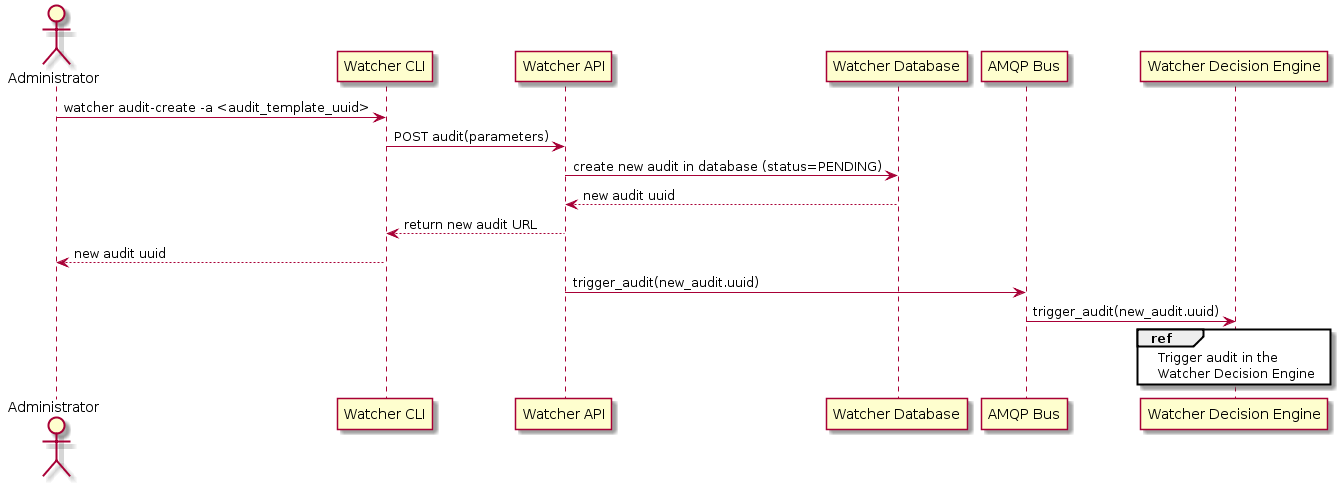
Before: doc/source/images/sequence_create_and_launch_audit.png, a diagram exported from PlantUML (openstack/watcher). Its diagram source:
```plantuml
@startuml
actor Administrator

Administrator -> "Watcher CLI" : watcher audit-create -a <audit_template_uuid>

"Watcher CLI" -> "Watcher API" : POST audit(parameters)
"Watcher API" -> "Watcher Database" : create new audit in database (status=PENDING)

"Watcher API" <-- "Watcher Database" : new audit uuid
"Watcher CLI" <-- "Watcher API" : return new audit URL

Administrator <-- "Watcher CLI" : new audit uuid

"Watcher API" -> "AMQP Bus" : trigger_audit(new_audit.uuid)
"AMQP Bus" -> "Watcher Decision Engine" : trigger_audit(new_audit.uuid)

ref over "Watcher Decision Engine"
  Trigger audit in the
  Watcher Decision Engine
end ref
@enduml
```
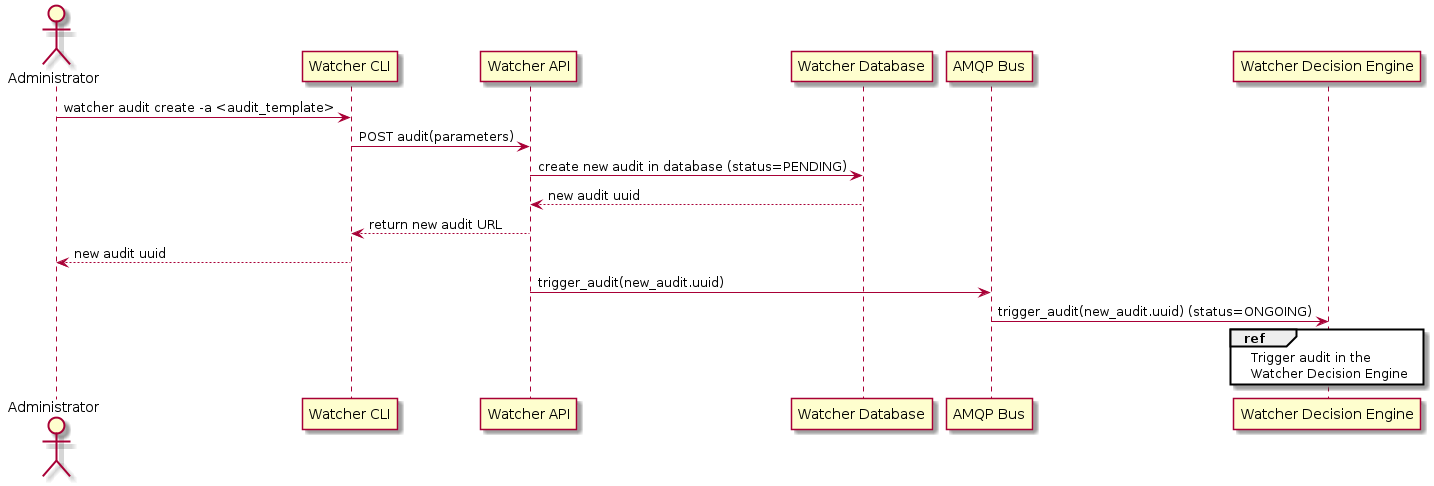
Above is the later version.

Change to the diagram source:
```diff
@@ -1,7 +1,9 @@
 @startuml
+
+
 actor Administrator
 
-Administrator -> "Watcher CLI" : watcher audit-create -a <audit_template_uuid>
+Administrator -> "Watcher CLI" : watcher audit create -a <audit_template>
 
 "Watcher CLI" -> "Watcher API" : POST audit(parameters)
 "Watcher API" -> "Watcher Database" : create new audit in database (status=PENDING)
@@ -12,10 +14,11 @@
 Administrator <-- "Watcher CLI" : new audit uuid
 
 "Watcher API" -> "AMQP Bus" : trigger_audit(new_audit.uuid)
-"AMQP Bus" -> "Watcher Decision Engine" : trigger_audit(new_audit.uuid)
+"AMQP Bus" -> "Watcher Decision Engine" : trigger_audit(new_audit.uuid) (status=ONGOING)
 
 ref over "Watcher Decision Engine"
   Trigger audit in the
   Watcher Decision Engine
 end ref
+
 @enduml
```
